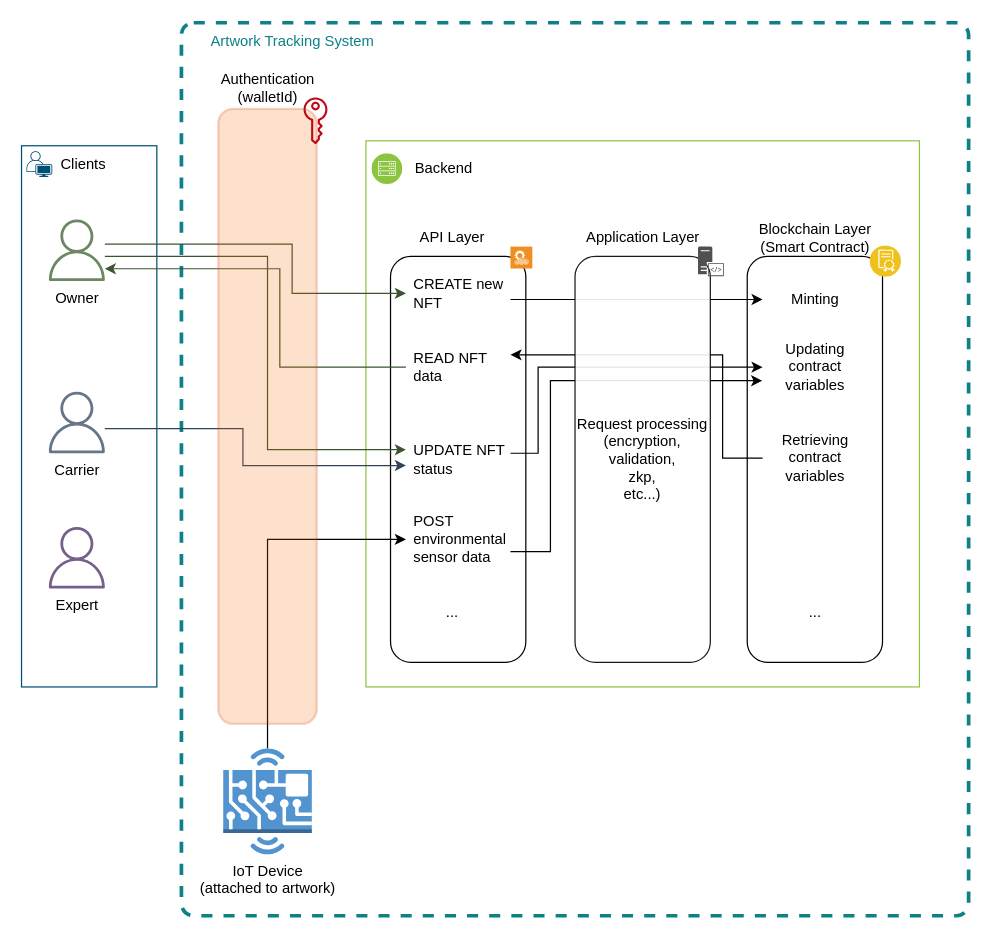
artis-project/artis-thesis keeps this draw.io diagram as diagrams/Architecture.drawio. Above is the earlier version. Source tidied: cells renumbered, new cells numbered last; positions are measured from the earlier drawing's top-left corner, leaving out a move shared by most shapes. Both pictures are drawn from the tidied source at 123%, with x=0, y=0 at pixel (21, 22).
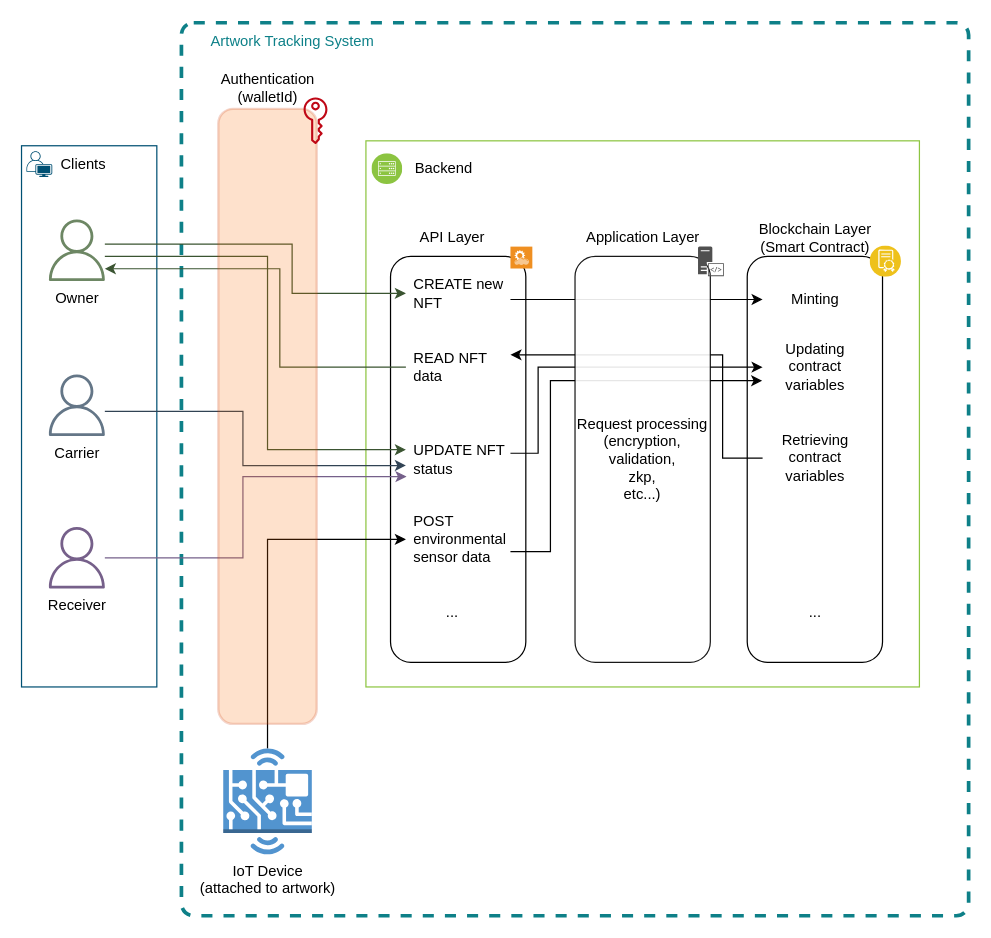
After the change.

Unchanged cells that the change refers to:
```xml
<mxCell id="16" value="UPDATE NFT status" style="text;strokeColor=none;fillColor=none;align=left;verticalAlign=middle;spacingLeft=4;spacingRight=4;overflow=hidden;points=[[0,0.5],[1,0.5]];portConstraint=eastwest;whiteSpace=wrap;html=1;" parent="1" vertex="1">
  <mxGeometry x="312.5" y="325" width="85" height="60" as="geometry" />
</mxCell>
```

Diff of the diagram source:
```diff
@@
     <mxCell id="22" style="edgeStyle=orthogonalEdgeStyle;rounded=0;jettySize=auto;html=1;fillColor=#647687;strokeColor=#314354;" parent="1" edge="1" source="23" target="16">
       <mxGeometry relative="1" as="geometry">
         <Array as="points">
-          <mxPoint x="180" y="330" />
+          <mxPoint x="180" y="316" />
           <mxPoint x="180" y="360" />
         </Array>
       </mxGeometry>
     </mxCell>
     <mxCell id="23" value="&lt;font color=&quot;#000000&quot;&gt;Carrier&lt;/font&gt;" style="sketch=0;outlineConnect=0;fontColor=#ffffff;fillColor=#647687;strokeColor=#314354;dashed=0;verticalLabelPosition=bottom;verticalAlign=top;align=center;html=1;fontSize=12;fontStyle=0;shape=mxgraph.aws4.user;" parent="1" vertex="1">
-      <mxGeometry x="20" y="300" width="50" height="50" as="geometry" />
+      <mxGeometry x="20" y="286" width="50" height="50" as="geometry" />
     </mxCell>
@@
+    <mxCell id="44" style="edgeStyle=orthogonalEdgeStyle;rounded=0;jettySize=auto;html=1;entryX=0.006;entryY=0.733;entryDx=0;entryDy=0;entryPerimeter=0;strokeColor=#75608a;" parent="1" edge="1" source="29" target="16">
+      <mxGeometry relative="1" as="geometry">
+        <Array as="points">
+          <mxPoint x="180" y="435" />
+          <mxPoint x="180" y="369" />
+        </Array>
+      </mxGeometry>
+    </mxCell>
-    <mxCell id="29" value="&lt;font color=&quot;#000000&quot;&gt;Expert&lt;br&gt;&lt;/font&gt;" style="sketch=0;outlineConnect=0;fontColor=#ffffff;fillColor=#76608a;strokeColor=#432D57;dashed=0;verticalLabelPosition=bottom;verticalAlign=top;align=center;html=1;fontSize=12;fontStyle=0;shape=mxgraph.aws4.user;" parent="1" vertex="1">
+    <mxCell id="29" value="&lt;font color=&quot;#000000&quot;&gt;Receiver&lt;br&gt;&lt;/font&gt;" style="sketch=0;outlineConnect=0;fontColor=#ffffff;fillColor=#76608a;strokeColor=#432D57;dashed=0;verticalLabelPosition=bottom;verticalAlign=top;align=center;html=1;fontSize=12;fontStyle=0;shape=mxgraph.aws4.user;" parent="1" vertex="1">
       <mxGeometry x="20" y="410" width="50" height="50" as="geometry" />
     </mxCell>
```
